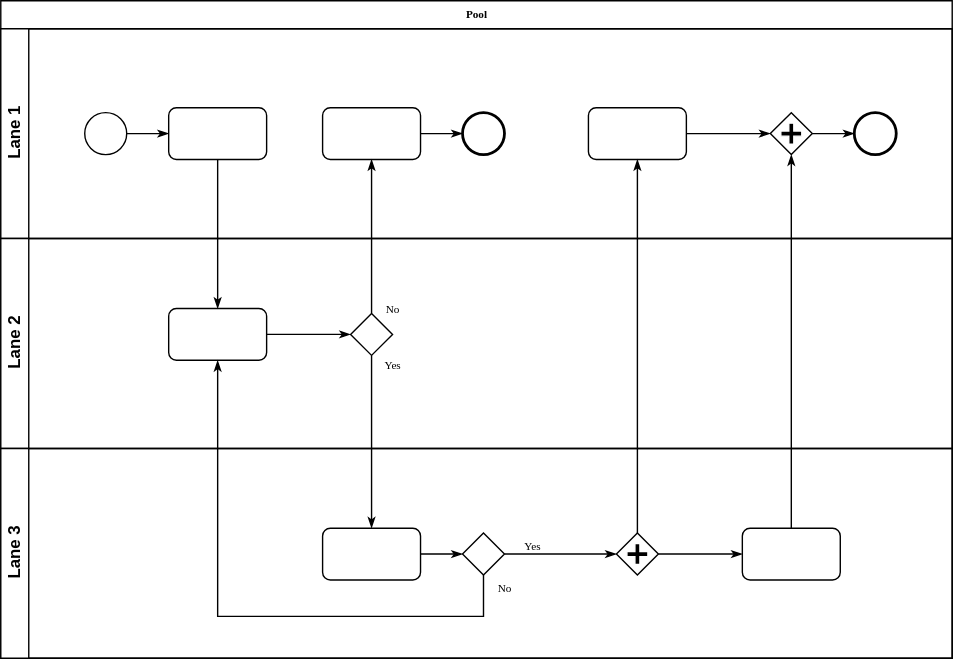
Earlier version of the draw.io export src/main/java/example/未命名绘图.drawio.svg (shangjian/Mytest). Source tidied: cells renumbered, new cells last; positions are measured from the earlier drawing's top-left corner, leaving out a move shared by most shapes.
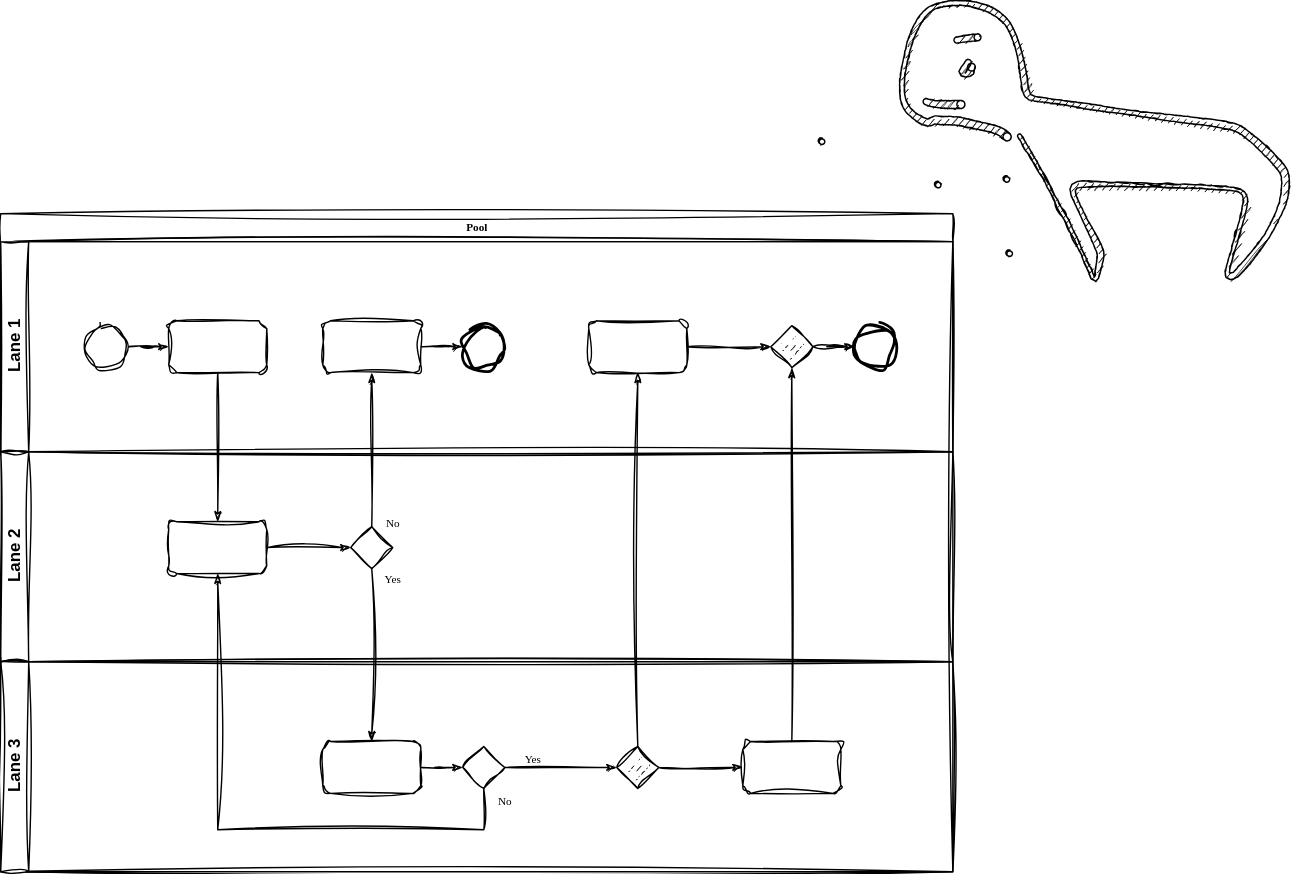
The same file after the commit.

Commit message:
更新未命名绘图.drawio.svg

Change to the diagram source:
```diff
@@ -2,94 +2,94 @@
   <root>
     <mxCell id="0" />
     <mxCell id="1" parent="0" />
-    <mxCell id="2" value="Pool" style="swimlane;html=1;horizontal=1;startSize=20;rounded=0;shadow=0;labelBackgroundColor=none;strokeWidth=1;fontFamily=Verdana;fontSize=8;align=center;" parent="1" vertex="1">
+    <mxCell id="2" value="Pool" style="swimlane;html=1;horizontal=1;startSize=20;rounded=0;shadow=0;labelBackgroundColor=none;strokeWidth=1;fontFamily=Verdana;fontSize=8;align=center;sketch=1;curveFitting=1;jiggle=2;" parent="1" vertex="1">
       <mxGeometry width="680" height="470" as="geometry" />
     </mxCell>
-    <mxCell id="3" value="Lane 1" style="swimlane;html=1;startSize=20;horizontal=0;" parent="2" vertex="1">
+    <mxCell id="3" value="Lane 1" style="swimlane;html=1;startSize=20;horizontal=0;sketch=1;curveFitting=1;jiggle=2;" parent="2" vertex="1">
       <mxGeometry y="20" width="680" height="150" as="geometry" />
     </mxCell>
-    <mxCell id="4" style="edgeStyle=orthogonalEdgeStyle;rounded=0;html=1;labelBackgroundColor=none;startArrow=none;startFill=0;startSize=5;endArrow=classicThin;endFill=1;endSize=5;jettySize=auto;strokeWidth=1;fontFamily=Verdana;fontSize=8;" parent="3" edge="1" source="5" target="6">
+    <mxCell id="4" style="edgeStyle=orthogonalEdgeStyle;rounded=0;html=1;labelBackgroundColor=none;startArrow=none;startFill=0;startSize=5;endArrow=classicThin;endFill=1;endSize=5;jettySize=auto;strokeWidth=1;fontFamily=Verdana;fontSize=8;sketch=1;curveFitting=1;jiggle=2;" parent="3" edge="1" source="5" target="6">
       <mxGeometry relative="1" as="geometry" />
     </mxCell>
-    <mxCell id="5" style="ellipse;whiteSpace=wrap;html=1;rounded=0;shadow=0;labelBackgroundColor=none;strokeWidth=1;fontFamily=Verdana;fontSize=8;align=center;" parent="3" vertex="1">
+    <mxCell id="5" style="ellipse;whiteSpace=wrap;html=1;rounded=0;shadow=0;labelBackgroundColor=none;strokeWidth=1;fontFamily=Verdana;fontSize=8;align=center;sketch=1;curveFitting=1;jiggle=2;" parent="3" vertex="1">
       <mxGeometry x="60" y="60" width="30" height="30" as="geometry" />
     </mxCell>
-    <mxCell id="6" style="rounded=1;whiteSpace=wrap;html=1;shadow=0;labelBackgroundColor=none;strokeWidth=1;fontFamily=Verdana;fontSize=8;align=center;" parent="3" vertex="1">
+    <mxCell id="6" style="rounded=1;whiteSpace=wrap;html=1;shadow=0;labelBackgroundColor=none;strokeWidth=1;fontFamily=Verdana;fontSize=8;align=center;sketch=1;curveFitting=1;jiggle=2;" parent="3" vertex="1">
       <mxGeometry x="120" y="56.5" width="70" height="37" as="geometry" />
     </mxCell>
-    <mxCell id="7" style="edgeStyle=orthogonalEdgeStyle;rounded=0;html=1;labelBackgroundColor=none;startArrow=none;startFill=0;startSize=5;endArrow=classicThin;endFill=1;endSize=5;jettySize=auto;strokeWidth=1;fontFamily=Verdana;fontSize=8;" parent="3" edge="1" source="8" target="9">
+    <mxCell id="7" style="edgeStyle=orthogonalEdgeStyle;rounded=0;html=1;labelBackgroundColor=none;startArrow=none;startFill=0;startSize=5;endArrow=classicThin;endFill=1;endSize=5;jettySize=auto;strokeWidth=1;fontFamily=Verdana;fontSize=8;sketch=1;curveFitting=1;jiggle=2;" parent="3" edge="1" source="8" target="9">
       <mxGeometry relative="1" as="geometry" />
     </mxCell>
-    <mxCell id="8" style="rounded=1;whiteSpace=wrap;html=1;shadow=0;labelBackgroundColor=none;strokeWidth=1;fontFamily=Verdana;fontSize=8;align=center;" parent="3" vertex="1">
+    <mxCell id="8" style="rounded=1;whiteSpace=wrap;html=1;shadow=0;labelBackgroundColor=none;strokeWidth=1;fontFamily=Verdana;fontSize=8;align=center;sketch=1;curveFitting=1;jiggle=2;" parent="3" vertex="1">
       <mxGeometry x="230" y="56.5" width="70" height="37" as="geometry" />
     </mxCell>
-    <mxCell id="9" style="ellipse;whiteSpace=wrap;html=1;rounded=0;shadow=0;labelBackgroundColor=none;strokeWidth=2;fontFamily=Verdana;fontSize=8;align=center;" parent="3" vertex="1">
+    <mxCell id="9" style="ellipse;whiteSpace=wrap;html=1;rounded=0;shadow=0;labelBackgroundColor=none;strokeWidth=2;fontFamily=Verdana;fontSize=8;align=center;sketch=1;curveFitting=1;jiggle=2;" parent="3" vertex="1">
       <mxGeometry x="330" y="60" width="30" height="30" as="geometry" />
     </mxCell>
-    <mxCell id="10" style="edgeStyle=orthogonalEdgeStyle;rounded=0;html=1;entryX=0;entryY=0.5;labelBackgroundColor=none;startArrow=none;startFill=0;startSize=5;endArrow=classicThin;endFill=1;endSize=5;jettySize=auto;strokeWidth=1;fontFamily=Verdana;fontSize=8;" parent="3" edge="1" source="11" target="13">
+    <mxCell id="10" style="edgeStyle=orthogonalEdgeStyle;rounded=0;html=1;entryX=0;entryY=0.5;labelBackgroundColor=none;startArrow=none;startFill=0;startSize=5;endArrow=classicThin;endFill=1;endSize=5;jettySize=auto;strokeWidth=1;fontFamily=Verdana;fontSize=8;sketch=1;curveFitting=1;jiggle=2;" parent="3" edge="1" source="11" target="13">
       <mxGeometry relative="1" as="geometry" />
     </mxCell>
-    <mxCell id="11" style="rounded=1;whiteSpace=wrap;html=1;shadow=0;labelBackgroundColor=none;strokeWidth=1;fontFamily=Verdana;fontSize=8;align=center;" parent="3" vertex="1">
+    <mxCell id="11" style="rounded=1;whiteSpace=wrap;html=1;shadow=0;labelBackgroundColor=none;strokeWidth=1;fontFamily=Verdana;fontSize=8;align=center;sketch=1;curveFitting=1;jiggle=2;" parent="3" vertex="1">
       <mxGeometry x="420" y="56.5" width="70" height="37" as="geometry" />
     </mxCell>
-    <mxCell id="12" style="edgeStyle=orthogonalEdgeStyle;rounded=0;html=1;labelBackgroundColor=none;startArrow=none;startFill=0;startSize=5;endArrow=classicThin;endFill=1;endSize=5;jettySize=auto;strokeWidth=1;fontFamily=Verdana;fontSize=8;" parent="3" edge="1" source="13" target="14">
+    <mxCell id="12" style="edgeStyle=orthogonalEdgeStyle;rounded=0;html=1;labelBackgroundColor=none;startArrow=none;startFill=0;startSize=5;endArrow=classicThin;endFill=1;endSize=5;jettySize=auto;strokeWidth=1;fontFamily=Verdana;fontSize=8;sketch=1;curveFitting=1;jiggle=2;" parent="3" edge="1" source="13" target="14">
       <mxGeometry relative="1" as="geometry" />
     </mxCell>
-    <mxCell id="13" style="shape=mxgraph.bpmn.shape;html=1;verticalLabelPosition=bottom;labelBackgroundColor=#ffffff;verticalAlign=top;perimeter=rhombusPerimeter;background=gateway;outline=none;symbol=parallelGw;rounded=1;shadow=0;strokeWidth=1;fontFamily=Verdana;fontSize=8;align=center;" parent="3" vertex="1">
+    <mxCell id="13" style="shape=mxgraph.bpmn.shape;html=1;verticalLabelPosition=bottom;labelBackgroundColor=#ffffff;verticalAlign=top;perimeter=rhombusPerimeter;background=gateway;outline=none;symbol=parallelGw;rounded=1;shadow=0;strokeWidth=1;fontFamily=Verdana;fontSize=8;align=center;sketch=1;curveFitting=1;jiggle=2;" parent="3" vertex="1">
       <mxGeometry x="550" y="60" width="30" height="30" as="geometry" />
     </mxCell>
-    <mxCell id="14" style="ellipse;whiteSpace=wrap;html=1;rounded=0;shadow=0;labelBackgroundColor=none;strokeWidth=2;fontFamily=Verdana;fontSize=8;align=center;" parent="3" vertex="1">
+    <mxCell id="14" style="ellipse;whiteSpace=wrap;html=1;rounded=0;shadow=0;labelBackgroundColor=none;strokeWidth=2;fontFamily=Verdana;fontSize=8;align=center;sketch=1;curveFitting=1;jiggle=2;" parent="3" vertex="1">
       <mxGeometry x="610" y="60" width="30" height="30" as="geometry" />
     </mxCell>
-    <mxCell id="15" value="Lane 2" style="swimlane;html=1;startSize=20;horizontal=0;" parent="2" vertex="1">
+    <mxCell id="15" value="Lane 2" style="swimlane;html=1;startSize=20;horizontal=0;sketch=1;curveFitting=1;jiggle=2;" parent="2" vertex="1">
       <mxGeometry y="170" width="680" height="150" as="geometry" />
     </mxCell>
-    <mxCell id="16" style="edgeStyle=orthogonalEdgeStyle;rounded=0;html=1;labelBackgroundColor=none;startArrow=none;startFill=0;startSize=5;endArrow=classicThin;endFill=1;endSize=5;jettySize=auto;strokeWidth=1;fontFamily=Verdana;fontSize=8;" parent="15" edge="1" source="17" target="18">
+    <mxCell id="16" style="edgeStyle=orthogonalEdgeStyle;rounded=0;html=1;labelBackgroundColor=none;startArrow=none;startFill=0;startSize=5;endArrow=classicThin;endFill=1;endSize=5;jettySize=auto;strokeWidth=1;fontFamily=Verdana;fontSize=8;sketch=1;curveFitting=1;jiggle=2;" parent="15" edge="1" source="17" target="18">
       <mxGeometry relative="1" as="geometry" />
     </mxCell>
-    <mxCell id="17" style="rounded=1;whiteSpace=wrap;html=1;shadow=0;labelBackgroundColor=none;strokeWidth=1;fontFamily=Verdana;fontSize=8;align=center;" parent="15" vertex="1">
+    <mxCell id="17" style="rounded=1;whiteSpace=wrap;html=1;shadow=0;labelBackgroundColor=none;strokeWidth=1;fontFamily=Verdana;fontSize=8;align=center;sketch=1;curveFitting=1;jiggle=2;" parent="15" vertex="1">
       <mxGeometry x="120" y="50" width="70" height="37" as="geometry" />
     </mxCell>
-    <mxCell id="18" style="strokeWidth=1;html=1;shape=mxgraph.flowchart.decision;whiteSpace=wrap;rounded=1;shadow=0;labelBackgroundColor=none;fontFamily=Verdana;fontSize=8;align=center;" parent="15" vertex="1">
+    <mxCell id="18" style="strokeWidth=1;html=1;shape=mxgraph.flowchart.decision;whiteSpace=wrap;rounded=1;shadow=0;labelBackgroundColor=none;fontFamily=Verdana;fontSize=8;align=center;sketch=1;curveFitting=1;jiggle=2;" parent="15" vertex="1">
       <mxGeometry x="250" y="53.5" width="30" height="30" as="geometry" />
     </mxCell>
-    <mxCell id="19" value="Lane 3" style="swimlane;html=1;startSize=20;horizontal=0;" parent="2" vertex="1">
+    <mxCell id="19" value="Lane 3" style="swimlane;html=1;startSize=20;horizontal=0;sketch=1;curveFitting=1;jiggle=2;" parent="2" vertex="1">
       <mxGeometry y="320" width="680" height="150" as="geometry" />
     </mxCell>
-    <mxCell id="20" style="edgeStyle=orthogonalEdgeStyle;rounded=0;html=1;labelBackgroundColor=none;startArrow=none;startFill=0;startSize=5;endArrow=classicThin;endFill=1;endSize=5;jettySize=auto;strokeWidth=1;fontFamily=Verdana;fontSize=8;" parent="19" edge="1" source="21" target="23">
+    <mxCell id="20" style="edgeStyle=orthogonalEdgeStyle;rounded=0;html=1;labelBackgroundColor=none;startArrow=none;startFill=0;startSize=5;endArrow=classicThin;endFill=1;endSize=5;jettySize=auto;strokeWidth=1;fontFamily=Verdana;fontSize=8;sketch=1;curveFitting=1;jiggle=2;" parent="19" edge="1" source="21" target="23">
       <mxGeometry relative="1" as="geometry" />
     </mxCell>
-    <mxCell id="21" style="rounded=1;whiteSpace=wrap;html=1;shadow=0;labelBackgroundColor=none;strokeWidth=1;fontFamily=Verdana;fontSize=8;align=center;" parent="19" vertex="1">
+    <mxCell id="21" style="rounded=1;whiteSpace=wrap;html=1;shadow=0;labelBackgroundColor=none;strokeWidth=1;fontFamily=Verdana;fontSize=8;align=center;sketch=1;curveFitting=1;jiggle=2;" parent="19" vertex="1">
       <mxGeometry x="230" y="57" width="70" height="37" as="geometry" />
     </mxCell>
-    <mxCell id="22" value="Yes" style="edgeStyle=orthogonalEdgeStyle;rounded=0;html=1;entryX=0;entryY=0.5;labelBackgroundColor=none;startArrow=none;startFill=0;startSize=5;endArrow=classicThin;endFill=1;endSize=5;jettySize=auto;strokeWidth=1;fontFamily=Verdana;fontSize=8;" parent="19" edge="1" source="23" target="25">
+    <mxCell id="22" value="Yes" style="edgeStyle=orthogonalEdgeStyle;rounded=0;html=1;entryX=0;entryY=0.5;labelBackgroundColor=none;startArrow=none;startFill=0;startSize=5;endArrow=classicThin;endFill=1;endSize=5;jettySize=auto;strokeWidth=1;fontFamily=Verdana;fontSize=8;sketch=1;curveFitting=1;jiggle=2;" parent="19" edge="1" source="23" target="25">
       <mxGeometry x="-0.5" y="6" relative="1" as="geometry" />
     </mxCell>
-    <mxCell id="23" style="strokeWidth=1;html=1;shape=mxgraph.flowchart.decision;whiteSpace=wrap;rounded=1;shadow=0;labelBackgroundColor=none;fontFamily=Verdana;fontSize=8;align=center;" parent="19" vertex="1">
+    <mxCell id="23" style="strokeWidth=1;html=1;shape=mxgraph.flowchart.decision;whiteSpace=wrap;rounded=1;shadow=0;labelBackgroundColor=none;fontFamily=Verdana;fontSize=8;align=center;sketch=1;curveFitting=1;jiggle=2;" parent="19" vertex="1">
       <mxGeometry x="330" y="60.5" width="30" height="30" as="geometry" />
     </mxCell>
-    <mxCell id="24" style="edgeStyle=orthogonalEdgeStyle;rounded=0;html=1;labelBackgroundColor=none;startArrow=none;startFill=0;startSize=5;endArrow=classicThin;endFill=1;endSize=5;jettySize=auto;strokeColor=#000000;strokeWidth=1;fontFamily=Verdana;fontSize=8;fontColor=#000000;" parent="19" edge="1" source="25" target="26">
+    <mxCell id="24" style="edgeStyle=orthogonalEdgeStyle;rounded=0;html=1;labelBackgroundColor=none;startArrow=none;startFill=0;startSize=5;endArrow=classicThin;endFill=1;endSize=5;jettySize=auto;strokeColor=#000000;strokeWidth=1;fontFamily=Verdana;fontSize=8;fontColor=#000000;sketch=1;curveFitting=1;jiggle=2;" parent="19" edge="1" source="25" target="26">
       <mxGeometry relative="1" as="geometry" />
     </mxCell>
-    <mxCell id="25" style="shape=mxgraph.bpmn.shape;html=1;verticalLabelPosition=bottom;labelBackgroundColor=#ffffff;verticalAlign=top;perimeter=rhombusPerimeter;background=gateway;outline=none;symbol=parallelGw;rounded=1;shadow=0;strokeWidth=1;fontFamily=Verdana;fontSize=8;align=center;" parent="19" vertex="1">
+    <mxCell id="25" style="shape=mxgraph.bpmn.shape;html=1;verticalLabelPosition=bottom;labelBackgroundColor=#ffffff;verticalAlign=top;perimeter=rhombusPerimeter;background=gateway;outline=none;symbol=parallelGw;rounded=1;shadow=0;strokeWidth=1;fontFamily=Verdana;fontSize=8;align=center;sketch=1;curveFitting=1;jiggle=2;" parent="19" vertex="1">
       <mxGeometry x="440" y="60.5" width="30" height="30" as="geometry" />
     </mxCell>
-    <mxCell id="26" style="rounded=1;whiteSpace=wrap;html=1;shadow=0;labelBackgroundColor=none;strokeWidth=1;fontFamily=Verdana;fontSize=8;align=center;" parent="19" vertex="1">
+    <mxCell id="26" style="rounded=1;whiteSpace=wrap;html=1;shadow=0;labelBackgroundColor=none;strokeWidth=1;fontFamily=Verdana;fontSize=8;align=center;sketch=1;curveFitting=1;jiggle=2;" parent="19" vertex="1">
       <mxGeometry x="530" y="57" width="70" height="37" as="geometry" />
     </mxCell>
-    <mxCell id="27" style="edgeStyle=orthogonalEdgeStyle;rounded=0;html=1;labelBackgroundColor=none;startArrow=none;startFill=0;startSize=5;endArrow=classicThin;endFill=1;endSize=5;jettySize=auto;strokeWidth=1;fontFamily=Verdana;fontSize=8;" parent="2" edge="1" source="6" target="17">
+    <mxCell id="27" style="edgeStyle=orthogonalEdgeStyle;rounded=0;html=1;labelBackgroundColor=none;startArrow=none;startFill=0;startSize=5;endArrow=classicThin;endFill=1;endSize=5;jettySize=auto;strokeWidth=1;fontFamily=Verdana;fontSize=8;sketch=1;curveFitting=1;jiggle=2;" parent="2" edge="1" source="6" target="17">
       <mxGeometry relative="1" as="geometry" />
     </mxCell>
-    <mxCell id="28" value="No" style="edgeStyle=orthogonalEdgeStyle;rounded=0;html=1;labelBackgroundColor=none;startArrow=none;startFill=0;startSize=5;endArrow=classicThin;endFill=1;endSize=5;jettySize=auto;strokeWidth=1;fontFamily=Verdana;fontSize=8;" parent="2" edge="1" source="18" target="8">
+    <mxCell id="28" value="No" style="edgeStyle=orthogonalEdgeStyle;rounded=0;html=1;labelBackgroundColor=none;startArrow=none;startFill=0;startSize=5;endArrow=classicThin;endFill=1;endSize=5;jettySize=auto;strokeWidth=1;fontFamily=Verdana;fontSize=8;sketch=1;curveFitting=1;jiggle=2;" parent="2" edge="1" source="18" target="8">
       <mxGeometry x="-0.94" y="-15" relative="1" as="geometry" />
     </mxCell>
-    <mxCell id="29" value="Yes" style="edgeStyle=orthogonalEdgeStyle;rounded=0;html=1;labelBackgroundColor=none;startArrow=none;startFill=0;startSize=5;endArrow=classicThin;endFill=1;endSize=5;jettySize=auto;strokeWidth=1;fontFamily=Verdana;fontSize=8;" parent="2" edge="1" source="18" target="21">
+    <mxCell id="29" value="Yes" style="edgeStyle=orthogonalEdgeStyle;rounded=0;html=1;labelBackgroundColor=none;startArrow=none;startFill=0;startSize=5;endArrow=classicThin;endFill=1;endSize=5;jettySize=auto;strokeWidth=1;fontFamily=Verdana;fontSize=8;sketch=1;curveFitting=1;jiggle=2;" parent="2" edge="1" source="18" target="21">
       <mxGeometry x="-0.89" y="15" relative="1" as="geometry" />
     </mxCell>
-    <mxCell id="30" style="edgeStyle=orthogonalEdgeStyle;rounded=0;html=1;entryX=0.5;entryY=1;labelBackgroundColor=none;startArrow=none;startFill=0;startSize=5;endArrow=classicThin;endFill=1;endSize=5;jettySize=auto;strokeWidth=1;fontFamily=Verdana;fontSize=8;" parent="2" edge="1" source="26" target="13">
+    <mxCell id="30" style="edgeStyle=orthogonalEdgeStyle;rounded=0;html=1;entryX=0.5;entryY=1;labelBackgroundColor=none;startArrow=none;startFill=0;startSize=5;endArrow=classicThin;endFill=1;endSize=5;jettySize=auto;strokeWidth=1;fontFamily=Verdana;fontSize=8;sketch=1;curveFitting=1;jiggle=2;" parent="2" edge="1" source="26" target="13">
       <mxGeometry relative="1" as="geometry" />
     </mxCell>
-    <mxCell id="31" value="No" style="edgeStyle=orthogonalEdgeStyle;rounded=0;html=1;labelBackgroundColor=none;startArrow=none;startFill=0;startSize=5;endArrow=classicThin;endFill=1;endSize=5;jettySize=auto;strokeWidth=1;fontFamily=Verdana;fontSize=8;" parent="2" edge="1" source="23" target="17">
+    <mxCell id="31" value="No" style="edgeStyle=orthogonalEdgeStyle;rounded=0;html=1;labelBackgroundColor=none;startArrow=none;startFill=0;startSize=5;endArrow=classicThin;endFill=1;endSize=5;jettySize=auto;strokeWidth=1;fontFamily=Verdana;fontSize=8;sketch=1;curveFitting=1;jiggle=2;" parent="2" edge="1" source="23" target="17">
       <mxGeometry x="-0.95" y="15" relative="1" as="geometry">
         <Array as="points">
           <mxPoint x="345" y="440" />
@@ -97,8 +97,32 @@
         </Array>
       </mxGeometry>
     </mxCell>
-    <mxCell id="32" style="edgeStyle=orthogonalEdgeStyle;rounded=0;html=1;labelBackgroundColor=none;startArrow=none;startFill=0;startSize=5;endArrow=classicThin;endFill=1;endSize=5;jettySize=auto;strokeWidth=1;fontFamily=Verdana;fontSize=8;" parent="2" edge="1" source="25" target="11">
+    <mxCell id="32" style="edgeStyle=orthogonalEdgeStyle;rounded=0;html=1;labelBackgroundColor=none;startArrow=none;startFill=0;startSize=5;endArrow=classicThin;endFill=1;endSize=5;jettySize=auto;strokeWidth=1;fontFamily=Verdana;fontSize=8;sketch=1;curveFitting=1;jiggle=2;" parent="2" edge="1" source="25" target="11">
       <mxGeometry relative="1" as="geometry" />
     </mxCell>
+    <mxCell id="33" style="shape=(stored shape, 4460 characters);lineShape=1;strokeColor=default;sketch=1;hachureGap=4;jiggle=2;curveFitting=1;fontFamily=Architects Daughter;fontSource=https%3A%2F%2Ffonts.googleapis.com%2Fcss%3Ffamily%3DArchitects%2BDaughter;fontSize=20;" parent="1" vertex="1">
+      <mxGeometry x="642" y="-152.1" width="278.3" height="200.7" as="geometry" />
+    </mxCell>
+    <mxCell id="34" style="shape=(stored shape, 640 characters);lineShape=1;strokeColor=default;sketch=1;hachureGap=4;jiggle=2;curveFitting=1;fontFamily=Architects Daughter;fontSource=https%3A%2F%2Ffonts.googleapis.com%2Fcss%3Ffamily%3DArchitects%2BDaughter;fontSize=20;" parent="1" vertex="1">
+      <mxGeometry x="715.9" y="-27.1" width="4.7" height="4.7" as="geometry" />
+    </mxCell>
+    <mxCell id="35" style="shape=(stored shape, 640 characters);lineShape=1;strokeColor=default;sketch=1;hachureGap=4;jiggle=2;curveFitting=1;fontFamily=Architects Daughter;fontSource=https%3A%2F%2Ffonts.googleapis.com%2Fcss%3Ffamily%3DArchitects%2BDaughter;fontSize=20;" parent="1" vertex="1">
+      <mxGeometry x="666.9" y="-23.1" width="4.7" height="4.7" as="geometry" />
+    </mxCell>
+    <mxCell id="36" style="shape=(stored shape, 640 characters);lineShape=1;strokeColor=default;sketch=1;hachureGap=4;jiggle=2;curveFitting=1;fontFamily=Architects Daughter;fontSource=https%3A%2F%2Ffonts.googleapis.com%2Fcss%3Ffamily%3DArchitects%2BDaughter;fontSize=20;" parent="1" vertex="1">
+      <mxGeometry x="583.9" y="-54.1" width="4.7" height="4.7" as="geometry" />
+    </mxCell>
+    <mxCell id="37" style="shape=(stored shape, 720 characters);lineShape=1;strokeColor=default;sketch=1;hachureGap=4;jiggle=2;curveFitting=1;fontFamily=Architects Daughter;fontSource=https%3A%2F%2Ffonts.googleapis.com%2Fcss%3Ffamily%3DArchitects%2BDaughter;fontSize=20;" parent="1" vertex="1">
+      <mxGeometry x="680.8" y="-128.4" width="19.3" height="6.6" as="geometry" />
+    </mxCell>
+    <mxCell id="38" style="shape=(stored shape, 784 characters);lineShape=1;strokeColor=default;sketch=1;hachureGap=4;jiggle=2;curveFitting=1;fontFamily=Architects Daughter;fontSource=https%3A%2F%2Ffonts.googleapis.com%2Fcss%3Ffamily%3DArchitects%2BDaughter;fontSize=20;" parent="1" vertex="1">
+      <mxGeometry x="684.3" y="-110.1" width="11.7" height="12.5" as="geometry" />
+    </mxCell>
+    <mxCell id="39" style="shape=(stored shape, 764 characters);lineShape=1;strokeColor=default;sketch=1;hachureGap=4;jiggle=2;curveFitting=1;fontFamily=Architects Daughter;fontSource=https%3A%2F%2Ffonts.googleapis.com%2Fcss%3Ffamily%3DArchitects%2BDaughter;fontSize=20;" parent="1" vertex="1">
+      <mxGeometry x="658.8" y="-82.2" width="29.9" height="7.1" as="geometry" />
+    </mxCell>
+    <mxCell id="40" style="shape=(stored shape, 640 characters);lineShape=1;strokeColor=default;sketch=1;hachureGap=4;jiggle=2;curveFitting=1;fontFamily=Architects Daughter;fontSource=https%3A%2F%2Ffonts.googleapis.com%2Fcss%3Ffamily%3DArchitects%2BDaughter;fontSize=20;" parent="1" vertex="1">
+      <mxGeometry x="717.9" y="25.9" width="4.7" height="4.7" as="geometry" />
+    </mxCell>
   </root>
 </mxGraphModel>
```
